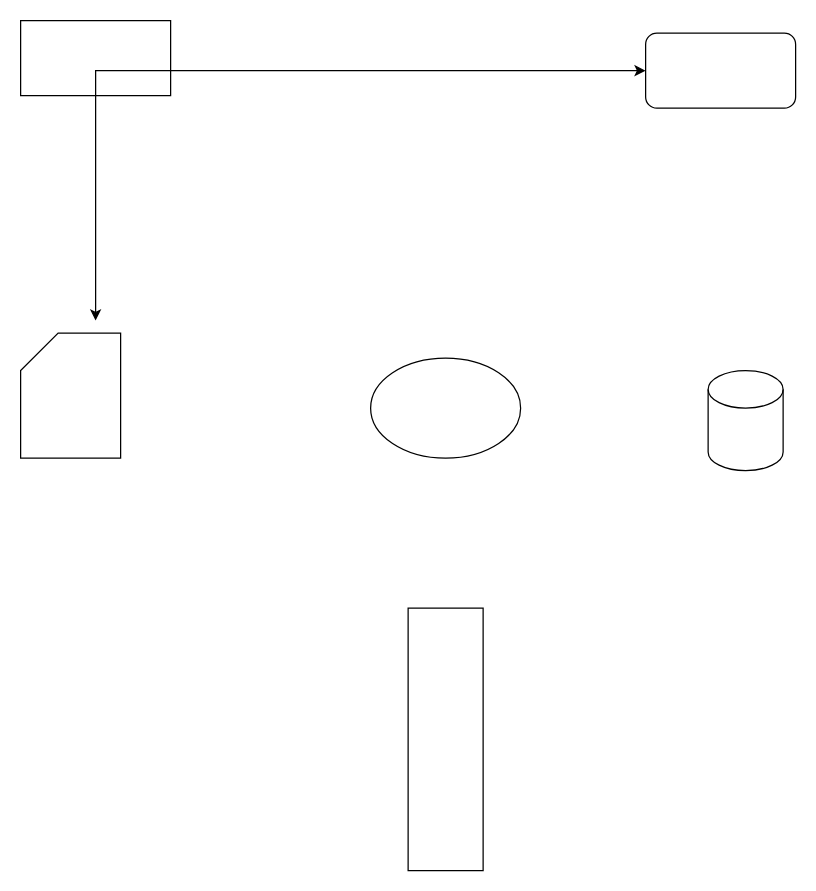
The draw.io diagram 未命名绘图1.drawio in saltwu/temp01, before the edit. Source tidied: cells renumbered, new cells numbered last; positions are measured from the earlier drawing's top-left corner, leaving out a move shared by most shapes. Both pictures are drawn from the tidied source at 125%, with x=0, y=0 at pixel (20, 20).
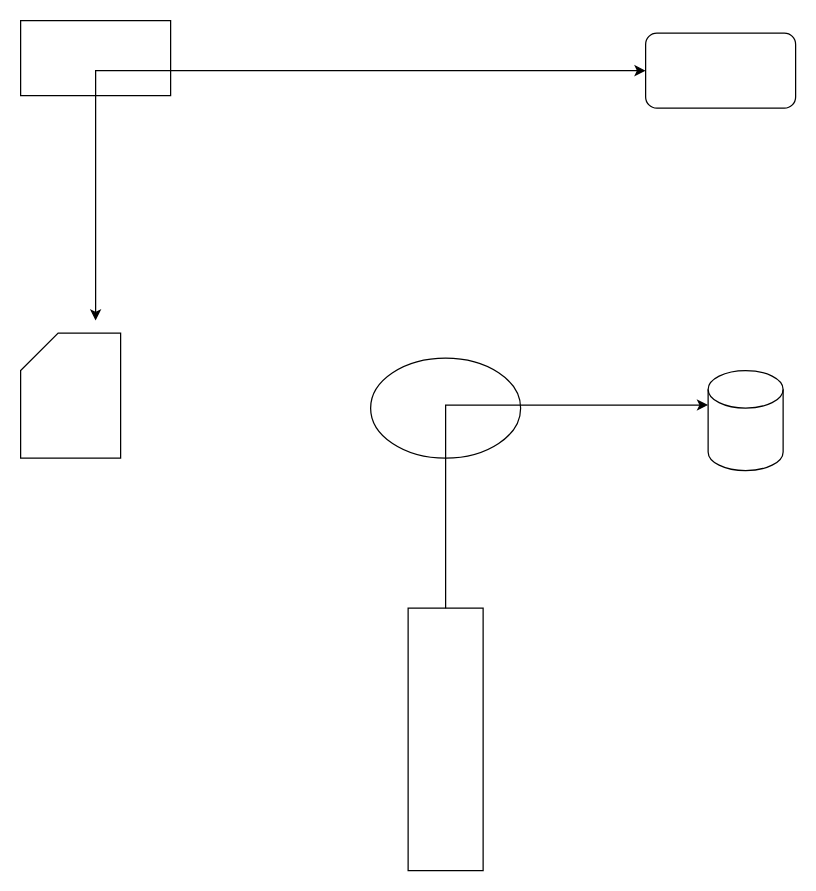
The same diagram, later.

Commit message (it also covers changes not shown here):
更新未命名绘图1.drawio

What changed in the source:
```diff
@@
 <mxGraphModel>
   <root>
     <mxCell id="0" />
     <mxCell id="1" parent="0" />
     <mxCell id="2" style="rounded=0;whiteSpace=wrap;html=1;" parent="1" vertex="1">
       <mxGeometry width="120" height="60" as="geometry" />
     </mxCell>
     <mxCell id="3" style="rounded=1;whiteSpace=wrap;html=1;" parent="1" vertex="1">
       <mxGeometry x="500" y="10" width="120" height="60" as="geometry" />
     </mxCell>
     <mxCell id="4" style="ellipse;whiteSpace=wrap;html=1;" parent="1" vertex="1">
       <mxGeometry x="280" y="270" width="120" height="80" as="geometry" />
     </mxCell>
     <mxCell id="5" style="shape=cylinder3;whiteSpace=wrap;html=1;boundedLbl=1;backgroundOutline=1;size=15;" parent="1" vertex="1">
       <mxGeometry x="550" y="280" width="60" height="80" as="geometry" />
     </mxCell>
     <mxCell id="6" style="shape=card;whiteSpace=wrap;html=1;" parent="1" vertex="1">
       <mxGeometry y="250" width="80" height="100" as="geometry" />
     </mxCell>
     <mxCell id="7" style="verticalLabelPosition=bottom;verticalAlign=top;html=1;shape=offPageConnector;rounded=0;size=0;" parent="1" vertex="1">
       <mxGeometry x="310" y="470" width="60" height="210" as="geometry" />
     </mxCell>
     <mxCell id="8" style="endArrow=classic;startArrow=classic;html=1;rounded=0;entryX=0;entryY=0.5;entryDx=0;entryDy=0;" parent="1" edge="1" target="3">
       <mxGeometry relative="1" as="geometry">
         <mxPoint x="60" y="240" as="sourcePoint" />
         <Array as="points">
           <mxPoint x="60" y="40" />
         </Array>
       </mxGeometry>
     </mxCell>
+    <mxCell id="9" style="edgeStyle=orthogonalEdgeStyle;rounded=0;jettySize=auto;html=1;exitX=0.5;exitY=0;exitDx=0;exitDy=0;entryX=0;entryY=0;entryDx=0;entryDy=27.5;entryPerimeter=0;" parent="1" edge="1" source="7" target="5">
+      <mxGeometry relative="1" as="geometry" />
+    </mxCell>
   </root>
 </mxGraphModel>
```
